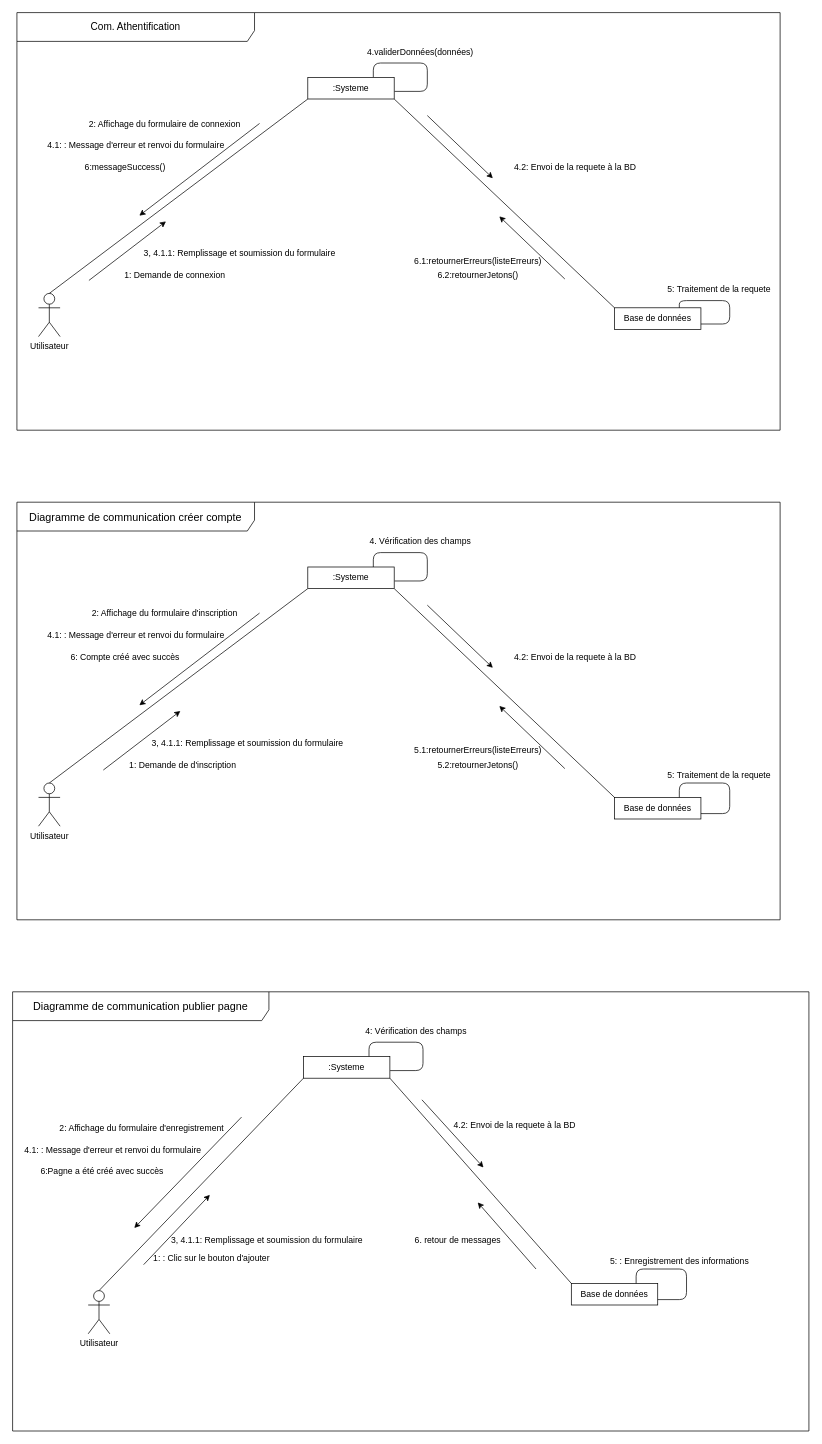
This is res/diagrammes de cimmunication.drawio from Meshavegas/Fadhyl-Store, a draw.io file, before an edit. Source tidied: cells renumbered, new cells numbered last; positions are measured from the earlier drawing's top-left corner, leaving out a move shared by most shapes. Both pictures are drawn from the tidied source at 72%, with x=0, y=0 at pixel (12, 12).
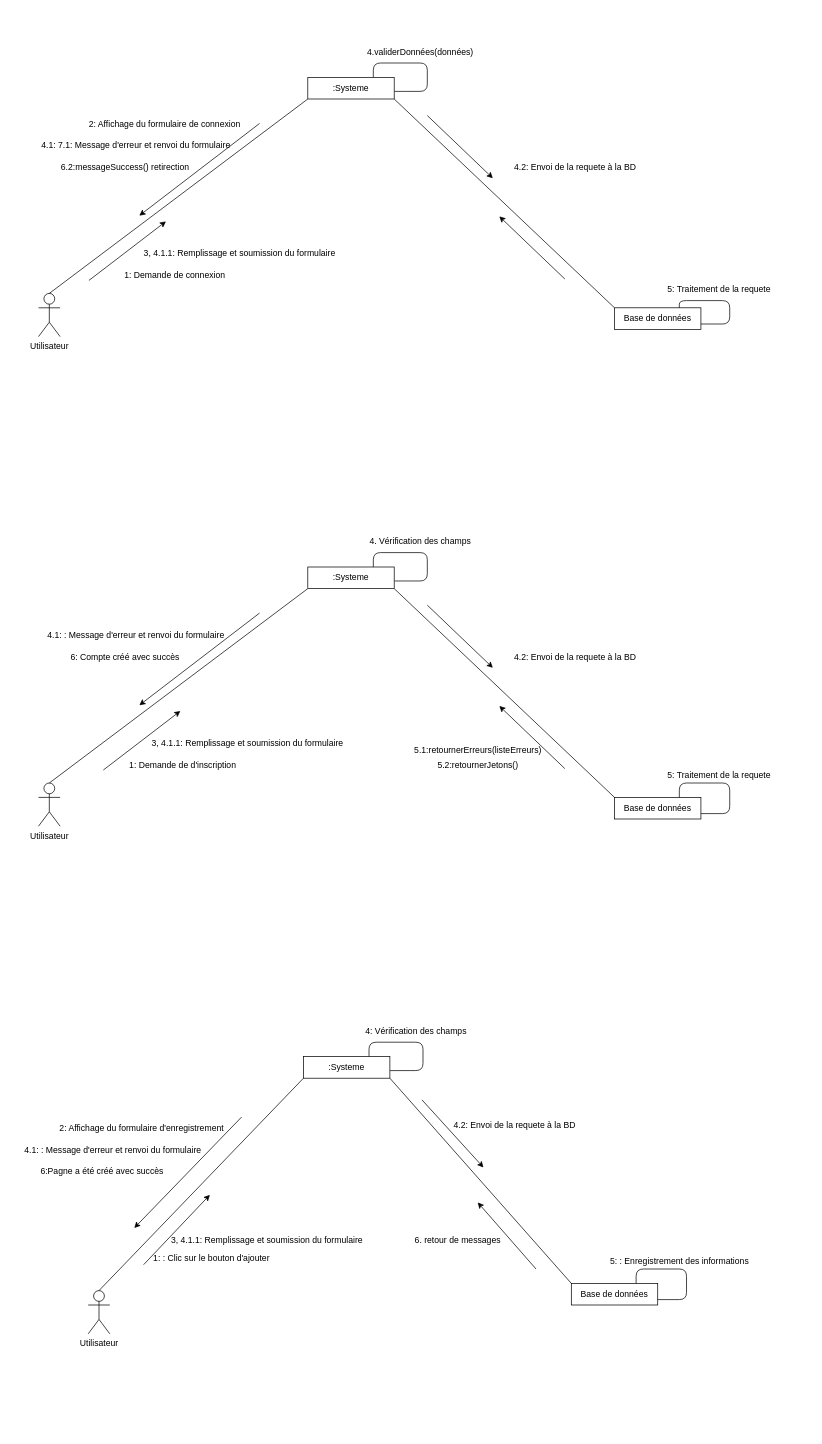
Above is the later version.

The edit, as a diff of the source:
```diff
@@
-    <mxCell id="2" value="&lt;font style=&quot;font-size: 14px;&quot;&gt;Com. Athentification&lt;/font&gt;" style="shape=umlFrame;whiteSpace=wrap;html=1;width=330;height=40;" parent="1" vertex="1">
-      <mxGeometry x="6" width="1060" height="580" as="geometry" />
-    </mxCell>
@@
-    <mxCell id="18" value="6.1:retournerErreurs(listeErreurs)" style="text;html=1;align=center;verticalAlign=middle;strokeColor=none;fillColor=none;" parent="1" vertex="1">
-      <mxGeometry x="546" y="330" width="200" height="30" as="geometry" />
-    </mxCell>
@@
-    <mxCell id="21" value="4.1: : Message d'erreur et renvoi du formulaire" style="text;html=1;align=center;verticalAlign=middle;strokeColor=none;fillColor=none;" parent="1" vertex="1">
-      <mxGeometry x="36" y="170" width="270" height="30" as="geometry" />
+    <mxCell id="21" value="4.1: 7.1: Message d'erreur et renvoi du formulaire" style="text;html=1;align=center;verticalAlign=middle;strokeColor=none;fillColor=none;" parent="1" vertex="1">
+      <mxGeometry x="26" y="170" width="290" height="30" as="geometry" />
     </mxCell>
-    <mxCell id="22" value="6.2:retournerJetons()" style="text;html=1;align=center;verticalAlign=middle;strokeColor=none;fillColor=none;" parent="1" vertex="1">
-      <mxGeometry x="576" y="350" width="140" height="30" as="geometry" />
-    </mxCell>
-    <mxCell id="23" value="6:messageSuccess()" style="text;html=1;align=center;verticalAlign=middle;strokeColor=none;fillColor=none;" parent="1" vertex="1">
-      <mxGeometry x="86" y="200" width="140" height="30" as="geometry" />
+    <mxCell id="23" value="6.2:messageSuccess() retirection" style="text;html=1;align=center;verticalAlign=middle;strokeColor=none;fillColor=none;" parent="1" vertex="1">
+      <mxGeometry x="56" y="200" width="200" height="30" as="geometry" />
     </mxCell>
-    <mxCell id="24" value="&lt;font style=&quot;font-size: 15px;&quot;&gt;Diagramme de communication créer compte&lt;br/&gt;&lt;/font&gt;" style="shape=umlFrame;whiteSpace=wrap;html=1;width=330;height=40;" parent="1" vertex="1">
-      <mxGeometry x="6" y="680" width="1060" height="580" as="geometry" />
-    </mxCell>
-    <mxCell id="25" value="2: Affichage du formulaire d'inscription" style="text;html=1;align=center;verticalAlign=middle;strokeColor=none;fillColor=none;" parent="24" vertex="1">
-      <mxGeometry x="90" y="140" width="230" height="30" as="geometry" />
-    </mxCell>
@@
-    <mxCell id="46" value="&lt;font style=&quot;font-size: 15px;&quot;&gt;Diagramme de communication publier pagne&lt;br&gt;&lt;/font&gt;" style="shape=umlFrame;whiteSpace=wrap;html=1;width=356;height=40;" parent="1" vertex="1">
-      <mxGeometry y="1360" width="1106" height="610" as="geometry" />
-    </mxCell>
```
